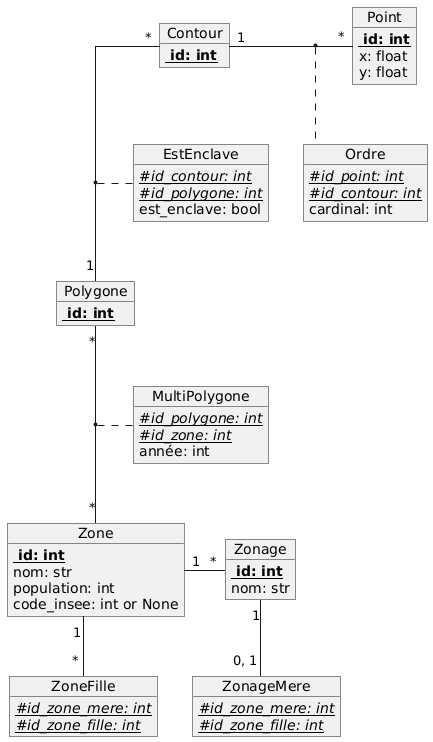
antoni-guardia/ENSAI_ProjetInfo2A keeps this PlantUML diagram as doc/diagrammes/diagramme_entite_relation.png. Above is the earlier version.
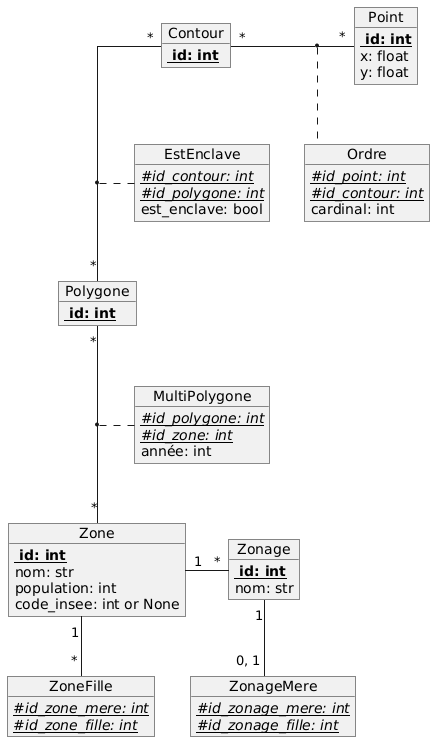
After the change.

What changed in the source:
```diff
@@ -55,18 +55,18 @@
 }
 
 object ZonageMere{
-{Static}//#id_zone_mere: int//
-{Static}//#id_zone_fille: int//
+{Static}//#id_zonage_mere: int//
+{Static}//#id_zonage_fille: int//
 }
 Zonage "1"-- "0, 1" ZonageMere
 
 Polygone "*" -- "*" Zone
 (Polygone, Zone) .. MultiPolygone
 
-Contour "*" -- "1" Polygone
+Contour "*" -- "*" Polygone
 (Contour, Polygone) .. EstEnclave
 
-Contour "1" -right- "*" Point
+Contour "*" -right- "*" Point
 (Contour, Point) .. Ordre
 
 Zone "1" -down- " * " ZoneFille
```
